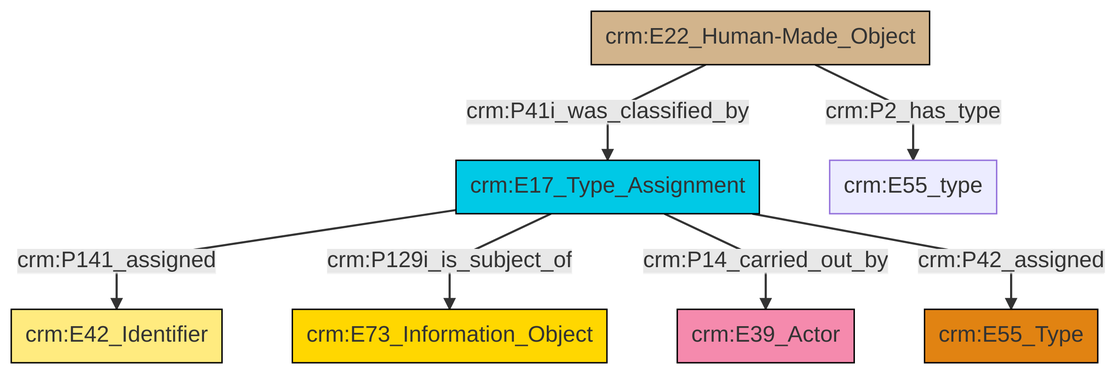
This is et/builtWorkCSV/ttl/mmd/png/Built_Work_designation_status.png from swiss-art-research-net/reference-data-models, a Mermaid export, as it was before one commit. Its source is kept beside it as et/builtWorkCSV/ttl/mmd/Built_Work_designation_status.ttl.mmd.
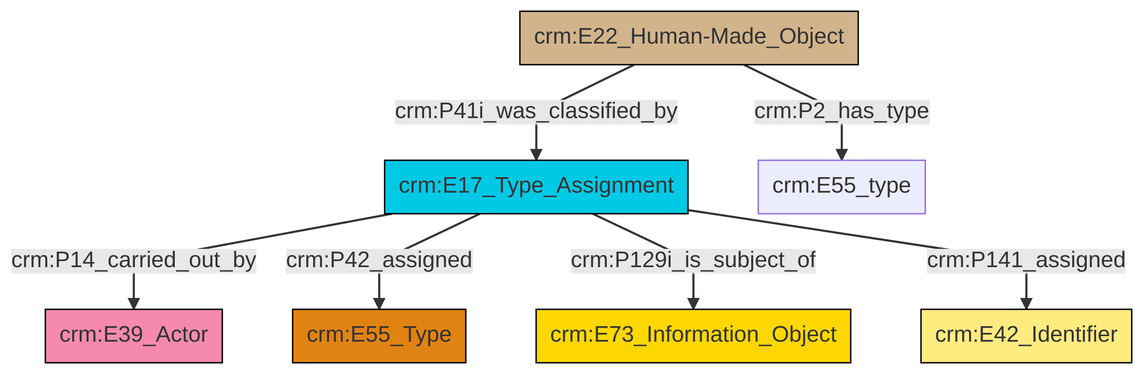
The same diagram one commit later.

Diff of the diagram source:
```diff
@@ -13,9 +13,9 @@
 classDef PC_Classes fill:#4ce600, stroke:#000000;
 classDef Multi fill:#cccccc,stroke:#000000;
 
-2["crm:E17_Type_Assignment"]:::Temporal_Entity -->|crm:P141_assigned| 0["crm:E42_Identifier"]:::Appellation
-3["crm:E22_Human-Made_Object"]:::Physical_Thing -->|crm:P2_has_type| 4["crm:E55_type"]:::Default
-2["crm:E17_Type_Assignment"]:::Temporal_Entity -->|crm:P129i_is_subject_of| 8["crm:E73_Information_Object"]:::Conceptual_Object
-2["crm:E17_Type_Assignment"]:::Temporal_Entity -->|crm:P14_carried_out_by| 9["crm:E39_Actor"]:::Actor
+2["crm:E17_Type_Assignment"]:::Temporal_Entity -->|crm:P14_carried_out_by| 3["crm:E39_Actor"]:::Actor
 2["crm:E17_Type_Assignment"]:::Temporal_Entity -->|crm:P42_assigned| 6["crm:E55_Type"]:::Type
-3["crm:E22_Human-Made_Object"]:::Physical_Thing -->|crm:P41i_was_classified_by| 2["crm:E17_Type_Assignment"]:::Temporal_Entity
+2["crm:E17_Type_Assignment"]:::Temporal_Entity -->|crm:P129i_is_subject_of| 4["crm:E73_Information_Object"]:::Conceptual_Object
+0["crm:E22_Human-Made_Object"]:::Physical_Thing -->|crm:P41i_was_classified_by| 2["crm:E17_Type_Assignment"]:::Temporal_Entity
+0["crm:E22_Human-Made_Object"]:::Physical_Thing -->|crm:P2_has_type| 11["crm:E55_type"]:::Default
+2["crm:E17_Type_Assignment"]:::Temporal_Entity -->|crm:P141_assigned| 8["crm:E42_Identifier"]:::Appellation
```
